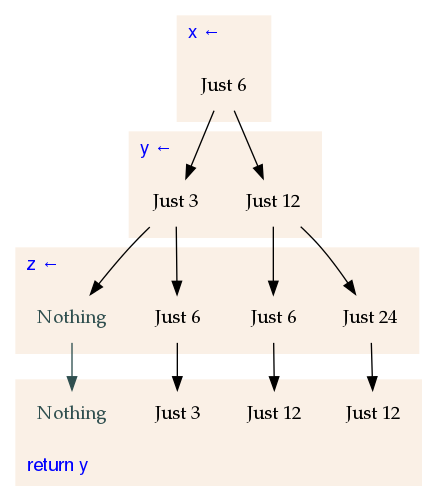
Before: static/img/entries/monad-plus/halvedouble.png, a diagram exported from Graphviz (mstksg/inCode). Its source is kept beside it as work/monad-plus/halvedouble.dot. Source of this version:
```dot
digraph {

    node [shape=none, color=white, fontname="palatino"] ;
    graph [fontname="helvetica"] ;

    /* rankdir=LR; */

    labeljust="l";
    constraint=false;

    subgraph cluster0 {
        label="x ←" ;
        fontcolor=blue;
        style=filled ;
        color=linen ;
        /* xl [label="x",shape=none] ; */
        x  [label="Just 6"] ;
    }

    subgraph cluster1 {
        label="y ←" ;
        fontcolor=blue;
        style=filled ;
        color=linen ;
        /* yl [label="y"] ; */
        y2 [label="Just 12"] ;
        y1 [label="Just 3"] ;
    }

    subgraph cluster2 {
        label="z ←" ;
        fontcolor=blue;
        style=filled;
        color=linen;
        /* zl [label="z"] ; */
        z4 [label="Just 24"] ;
        z3 [label="Just 6"] ;
        z2 [label="Just 6"] ;
        z1 [label="Nothing",fontcolor=darkslategray] ;
    }

    subgraph cluster3 {
        label="return y" ;
        labelloc=b;
        fontcolor=blue;
        style=filled;
        color=linen;
        /* rl [label="return z"] ; */
        r4 [label="Just 12"] ;
        r3 [label="Just 12"] ;
        r2 [label="Just 3"] ;
        r1 [label="Nothing",fontcolor=darkslategray] ;
    }

    x  -> y1 ;
    x  -> y2 ;

    y1 -> z1 ;
    y1 -> z2 ;
    y2 -> z3 ;
    y2 -> z4 ;

    z1 -> r1 [color=darkslategray];
    z2 -> r2 ;
    z3 -> r3 ;
    z4 -> r4 ;

}
```
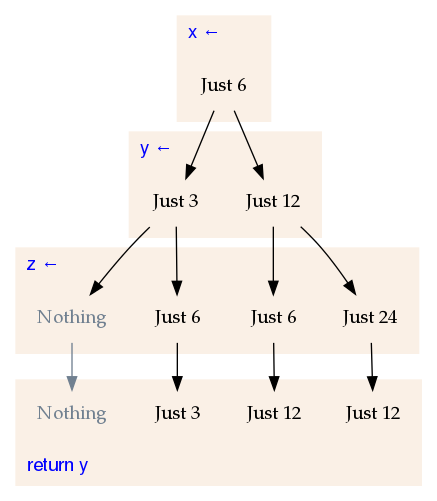
The same diagram one commit later.

Change to the diagram source:
```diff
@@ -36,7 +36,7 @@
         z4 [label="Just 24"] ;
         z3 [label="Just 6"] ;
         z2 [label="Just 6"] ;
-        z1 [label="Nothing",fontcolor=darkslategray] ;
+        z1 [label="Nothing",fontcolor=slategray] ;
     }
 
     subgraph cluster3 {
@@ -49,7 +49,7 @@
         r4 [label="Just 12"] ;
         r3 [label="Just 12"] ;
         r2 [label="Just 3"] ;
-        r1 [label="Nothing",fontcolor=darkslategray] ;
+        r1 [label="Nothing",fontcolor=slategray] ;
     }
 
     x  -> y1 ;
@@ -60,7 +60,7 @@
     y2 -> z3 ;
     y2 -> z4 ;
 
-    z1 -> r1 [color=darkslategray];
+    z1 -> r1 [color=slategray];
     z2 -> r2 ;
     z3 -> r3 ;
     z4 -> r4 ;
```
